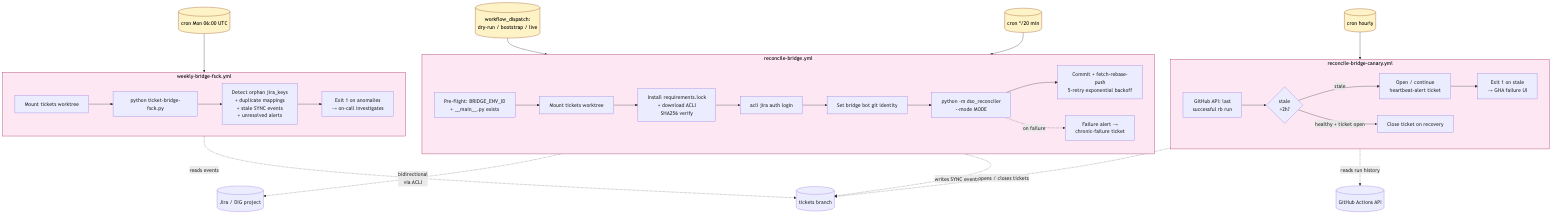
Before: docs/architecture/diagrams/13-jira-reconciliation-trio.png, a diagram exported from Mermaid (navapbc/digital-service-orchestra). Its source is kept beside it as docs/architecture/diagrams/13-jira-reconciliation-trio.mmd.
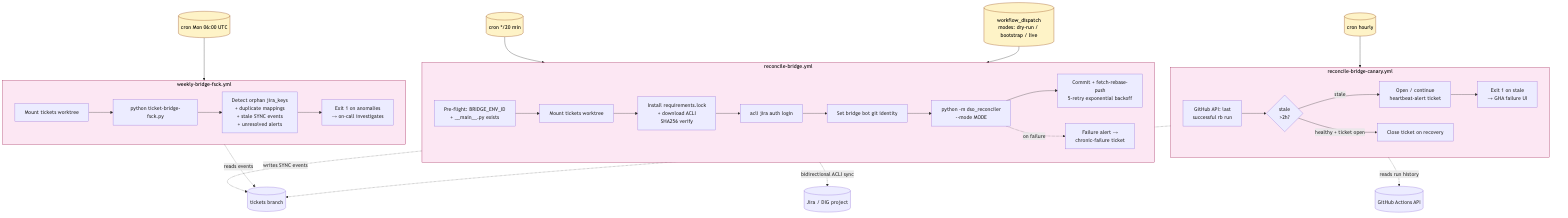
The same file after the commit.

Change to the diagram source:
```diff
@@ -2,7 +2,7 @@
   cronA[(cron */20 min)]:::cron
   cronB[(cron hourly)]:::cron
   cronC[(cron Mon 06:00 UTC)]:::cron
-  disp[(workflow_dispatch:<br/>dry-run / bootstrap / live)]:::dispatch
+  disp[(workflow_dispatch<br/>modes: dry-run / bootstrap / live)]:::dispatch
 
   subgraph rb["reconcile-bridge.yml"]
     rb1[Pre-flight: BRIDGE_ENV_ID<br/>+ __main__.py exists]
@@ -41,12 +41,11 @@
   cronB --> rbc
   cronC --> fsck
 
+  rbc -.->|reads run history| ghapi[(GitHub Actions API)]
   rb -.->|writes SYNC events| store[(tickets branch)]
-  rbc -.->|reads run history| ghapi[(GitHub Actions API)]
+  fsck -.->|reads events| store
   rbc -.->|opens / closes tickets| store
-  fsck -.->|reads events| store
-
-  rb -.->|bidirectional<br/>via ACLI| jira[(Jira / DIG project)]
+  rb -.->|bidirectional ACLI sync| jira[(Jira / DIG project)]
 
   classDef cron fill:#fef3c7,stroke:#92400e,color:#000
   classDef dispatch fill:#fef3c7,stroke:#92400e,color:#000
```
